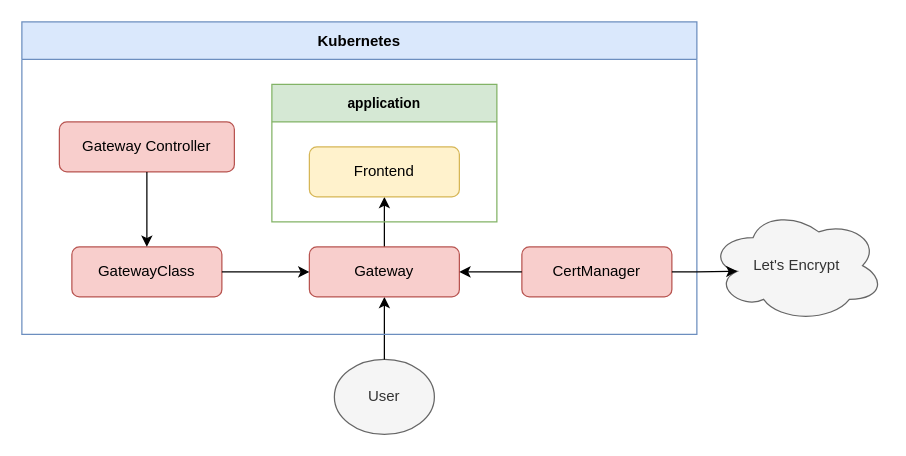
lezw-1/kubernetes-networking keeps this draw.io diagram as assets/architecture/architecture.drawio. Above is the earlier version. Source tidied: cells renumbered, new cells numbered last; positions are measured from the earlier drawing's top-left corner, leaving out a move shared by most shapes. Both pictures are drawn from the tidied source at 125%, with x=0, y=0 at pixel (21, 21).
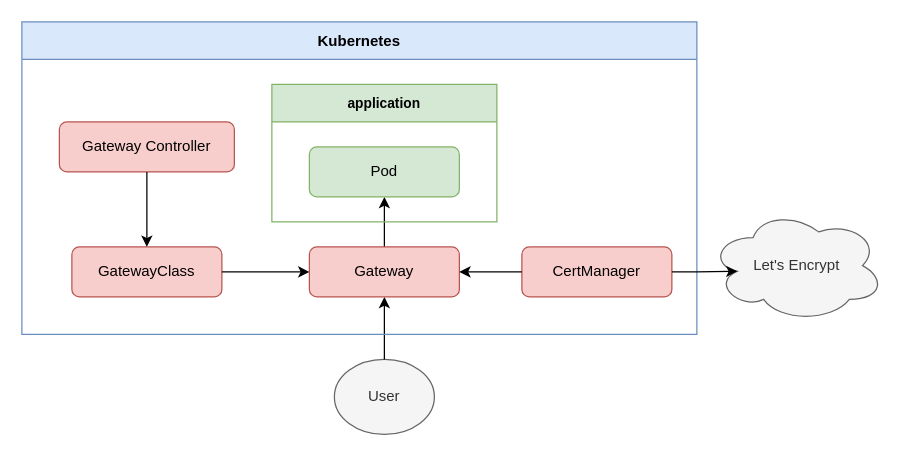
Above is the later version.

Change to the diagram source:
```diff
@@
 <mxGraphModel>
   <root>
     <mxCell id="0" />
     <mxCell id="1" parent="0" />
     <mxCell id="2" value="User" style="ellipse;whiteSpace=wrap;html=1;fillColor=#f5f5f5;fontColor=#333333;strokeColor=#666666;" parent="1" vertex="1">
       <mxGeometry x="250" y="270" width="80" height="60" as="geometry" />
     </mxCell>
     <mxCell id="3" style="edgeStyle=orthogonalEdgeStyle;rounded=0;jettySize=auto;html=1;" parent="1" edge="1" source="2" target="6">
       <mxGeometry relative="1" as="geometry" />
     </mxCell>
     <mxCell id="4" value="Kubernetes" style="swimlane;startSize=30;fillColor=#dae8fc;strokeColor=#6c8ebf;fontStyle=1;fontSize=12;" parent="1" vertex="1">
       <mxGeometry width="540" height="250" as="geometry" />
     </mxCell>
     <mxCell id="5" style="edgeStyle=orthogonalEdgeStyle;rounded=0;jettySize=auto;html=1;" parent="4" edge="1" source="6" target="11">
       <mxGeometry relative="1" as="geometry" />
     </mxCell>
     <mxCell id="6" value="Gateway" style="rounded=1;whiteSpace=wrap;html=1;fillColor=#f8cecc;strokeColor=#b85450;" parent="4" vertex="1">
       <mxGeometry x="230" y="180" width="120" height="40" as="geometry" />
     </mxCell>
     <mxCell id="7" value="CertManager" style="rounded=1;whiteSpace=wrap;html=1;fillColor=#f8cecc;strokeColor=#b85450;" parent="4" vertex="1">
       <mxGeometry x="400" y="180" width="120" height="40" as="geometry" />
     </mxCell>
     <mxCell id="8" value="Gateway Controller" style="rounded=1;whiteSpace=wrap;html=1;fillColor=#f8cecc;strokeColor=#b85450;" parent="4" vertex="1">
       <mxGeometry x="30" y="80" width="140" height="40" as="geometry" />
     </mxCell>
     <mxCell id="9" style="edgeStyle=orthogonalEdgeStyle;rounded=0;jettySize=auto;html=1;" parent="4" edge="1" source="7" target="6">
       <mxGeometry relative="1" as="geometry" />
     </mxCell>
     <mxCell id="10" value="application" style="swimlane;startSize=30;fillColor=#d5e8d4;strokeColor=#82b366;fontStyle=1;fontSize=11;" parent="4" vertex="1">
       <mxGeometry x="200" y="50" width="180" height="110" as="geometry" />
     </mxCell>
-    <mxCell id="11" value="Frontend" style="rounded=1;whiteSpace=wrap;html=1;fillColor=#fff2cc;strokeColor=#d6b656;" parent="10" vertex="1">
+    <mxCell id="11" value="Pod" style="rounded=1;whiteSpace=wrap;html=1;fillColor=#d5e8d4;strokeColor=#82b366;" parent="10" vertex="1">
       <mxGeometry x="30" y="50" width="120" height="40" as="geometry" />
     </mxCell>
     <mxCell id="12" value="GatewayClass" style="rounded=1;whiteSpace=wrap;html=1;fillColor=#f8cecc;strokeColor=#b85450;" parent="4" vertex="1">
       <mxGeometry x="40" y="180" width="120" height="40" as="geometry" />
     </mxCell>
     <mxCell id="13" style="edgeStyle=orthogonalEdgeStyle;rounded=0;jettySize=auto;html=1;" parent="4" edge="1" source="8" target="12">
       <mxGeometry relative="1" as="geometry" />
     </mxCell>
     <mxCell id="14" style="edgeStyle=orthogonalEdgeStyle;rounded=0;jettySize=auto;html=1;" parent="4" edge="1" source="12" target="6">
       <mxGeometry relative="1" as="geometry" />
     </mxCell>
     <mxCell id="15" value="Let's Encrypt" style="ellipse;shape=cloud;whiteSpace=wrap;html=1;fillColor=#f5f5f5;strokeColor=#666666;fontColor=#333333;" parent="1" vertex="1">
       <mxGeometry x="550" y="150" width="140" height="90" as="geometry" />
     </mxCell>
     <mxCell id="16" style="edgeStyle=orthogonalEdgeStyle;rounded=0;jettySize=auto;html=1;exitX=1;exitY=0.5;exitDx=0;exitDy=0;entryX=0.16;entryY=0.55;entryDx=0;entryDy=0;entryPerimeter=0;" parent="1" edge="1" source="7" target="15">
       <mxGeometry relative="1" as="geometry" />
     </mxCell>
   </root>
 </mxGraphModel>
```
